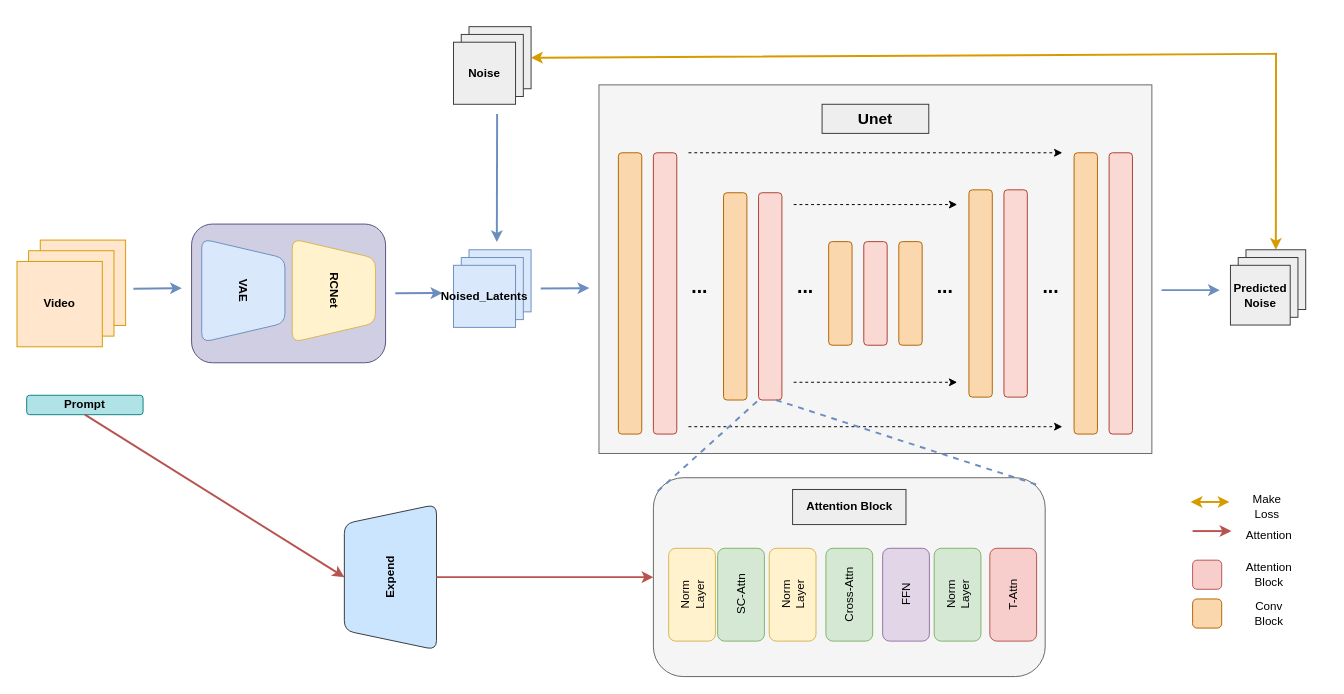
Above: VideoFromVideo.drawio in shinejjy/Flow-Chart (draw.io), before the change. Source tidied: cells renumbered, new cells numbered last; positions are measured from the earlier drawing's top-left corner, leaving out a move shared by most shapes. Both pictures are drawn from the tidied source at 97%, with x=0, y=0 at pixel (16, 26).
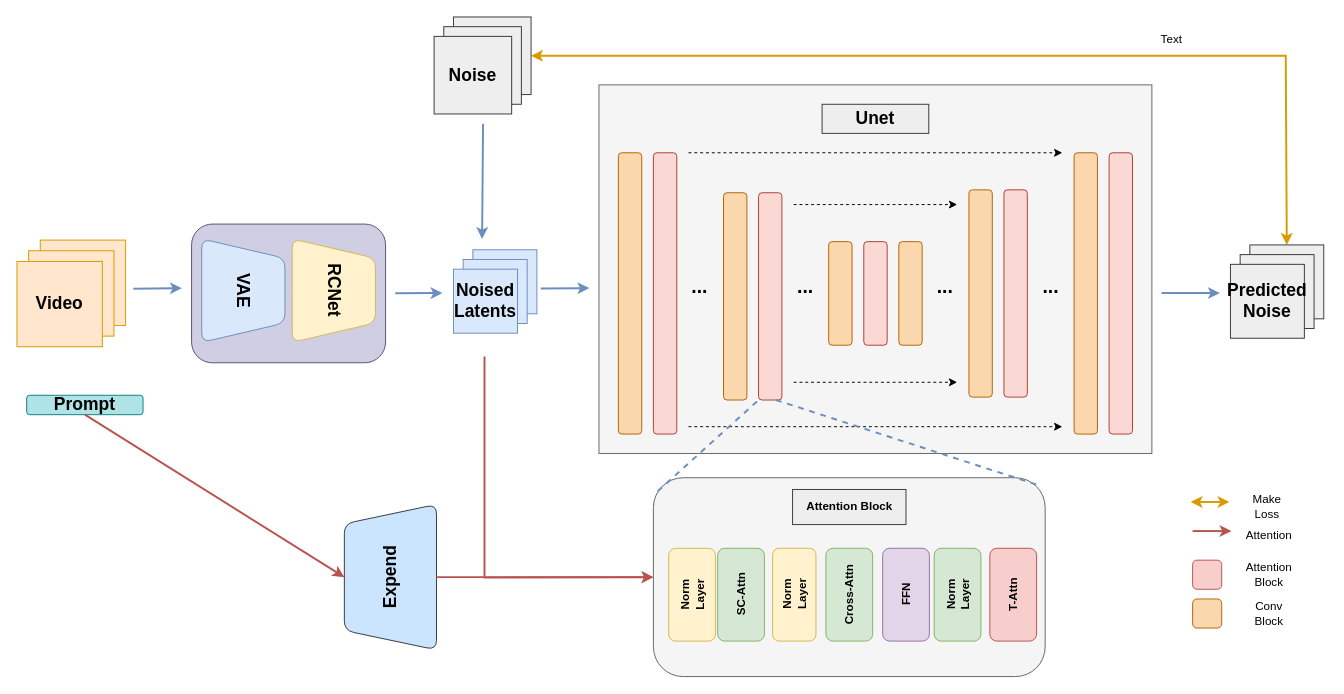
The same diagram, later.

The change refers to these unchanged cells:
```xml
<mxCell id="7" style="group;" parent="1" vertex="1">
  <mxGeometry y="220" width="120" height="110" as="geometry" />
</mxCell>
<mxCell id="11" style="group;" parent="1" vertex="1">
  <mxGeometry x="180" y="203.5" width="200" height="143" as="geometry" />
</mxCell>
<mxCell id="59" style="group;" parent="58" vertex="1">
  <mxGeometry width="403.9" height="205" as="geometry" />
</mxCell>
<mxCell id="60" style="rounded=1;whiteSpace=wrap;html=1;fillColor=#f5f5f5;fontColor=#333333;strokeColor=#666666;" parent="59" vertex="1">
  <mxGeometry width="403.9" height="205" as="geometry" />
</mxCell>
```

Diff of the diagram source:
```diff
@@
-    <mxCell id="4" value="&lt;b&gt;Prompt&lt;/b&gt;" style="rounded=1;whiteSpace=wrap;html=1;fillColor=#b0e3e6;strokeColor=#0e8088;" parent="1" vertex="1">
+    <mxCell id="4" value="&lt;b&gt;&lt;font style=&quot;font-size: 18px;&quot;&gt;Prompt&lt;/font&gt;&lt;/b&gt;" style="rounded=1;whiteSpace=wrap;html=1;fillColor=#b0e3e6;strokeColor=#0e8088;" parent="1" vertex="1">
       <mxGeometry x="10" y="380" width="120" height="20" as="geometry" />
     </mxCell>
@@
-    <mxCell id="10" value="&lt;b&gt;Video&lt;/b&gt;" style="whiteSpace=wrap;html=1;fillColor=#ffe6cc;strokeColor=#d79b00;" parent="7" vertex="1">
+    <mxCell id="10" value="&lt;b&gt;&lt;font style=&quot;font-size: 18px;&quot;&gt;Video&lt;/font&gt;&lt;/b&gt;" style="whiteSpace=wrap;html=1;fillColor=#ffe6cc;strokeColor=#d79b00;" parent="7" vertex="1">
       <mxGeometry y="22" width="88" height="88" as="geometry" />
     </mxCell>
@@
-    <mxCell id="13" value="&lt;b&gt;VAE&lt;/b&gt;" style="shape=trapezoid;perimeter=trapezoidPerimeter;whiteSpace=wrap;html=1;fixedSize=1;rotation=90;fillColor=#dae8fc;strokeColor=#6c8ebf;rounded=1;" parent="11" vertex="1">
+    <mxCell id="13" value="&lt;b&gt;&lt;font style=&quot;font-size: 18px;&quot;&gt;VAE&lt;/font&gt;&lt;/b&gt;" style="shape=trapezoid;perimeter=trapezoidPerimeter;whiteSpace=wrap;html=1;fixedSize=1;rotation=90;fillColor=#dae8fc;strokeColor=#6c8ebf;rounded=1;" parent="11" vertex="1">
       <mxGeometry y="25.7" width="106.7" height="85.8" as="geometry" />
     </mxCell>
-    <mxCell id="14" value="&lt;b&gt;RCNet&lt;/b&gt;" style="shape=trapezoid;perimeter=trapezoidPerimeter;whiteSpace=wrap;html=1;fixedSize=1;rotation=90;fillColor=#fff2cc;strokeColor=#d6b656;rounded=1;" parent="11" vertex="1">
+    <mxCell id="14" value="&lt;b&gt;&lt;font style=&quot;font-size: 18px;&quot;&gt;RCNet&lt;/font&gt;&lt;/b&gt;" style="shape=trapezoid;perimeter=trapezoidPerimeter;whiteSpace=wrap;html=1;fixedSize=1;rotation=90;fillColor=#fff2cc;strokeColor=#d6b656;rounded=1;" parent="11" vertex="1">
       <mxGeometry x="93.3" y="25.7" width="106.7" height="85.8" as="geometry" />
     </mxCell>
-    <mxCell id="15" style="endArrow=classic;html=1;rounded=0;fillColor=#dae8fc;strokeColor=#6c8ebf;strokeWidth=2;" parent="1" edge="1">
+    <mxCell id="15" style="endArrow=classic;html=1;rounded=0;fillColor=#dae8fc;strokeColor=#6c8ebf;strokeWidth=2;entryX=0.347;entryY=-0.018;entryDx=0;entryDy=0;entryPerimeter=0;" parent="1" edge="1">
       <mxGeometry relative="1" as="geometry">
-        <mxPoint x="495" y="90" as="sourcePoint" />
-        <mxPoint x="494.7" y="222" as="targetPoint" />
+        <mxPoint x="480.5" y="100" as="sourcePoint" />
+        <mxPoint x="479.5" y="218.8" as="targetPoint" />
       </mxGeometry>
     </mxCell>
     <mxCell id="16" style="endArrow=classic;html=1;rounded=0;strokeWidth=2;fillColor=#dae8fc;strokeColor=#6c8ebf;" parent="1" edge="1">
       <mxGeometry relative="1" as="geometry">
-        <mxPoint x="1180" y="271.6" as="sourcePoint" />
-        <mxPoint x="1240" y="271.6" as="targetPoint" />
+        <mxPoint x="1180" y="274.6" as="sourcePoint" />
+        <mxPoint x="1240" y="274.6" as="targetPoint" />
       </mxGeometry>
     </mxCell>
     <mxCell id="17" style="endArrow=classic;startArrow=classic;html=1;rounded=0;exitX=1;exitY=0.5;exitDx=0;exitDy=0;entryX=0.5;entryY=0;entryDx=0;entryDy=0;fillColor=#ffe6cc;strokeColor=#d79b00;strokeWidth=2;" parent="1" edge="1" source="55" target="74">
       <mxGeometry relative="1" as="geometry">
         <Array as="points">
-          <mxPoint x="1298" y="28" />
+          <mxPoint x="1308" y="30" />
         </Array>
       </mxGeometry>
     </mxCell>
@@
     <mxCell id="19" style="group;" parent="1" vertex="1">
-      <mxGeometry x="450" y="230" width="80" height="80" as="geometry" />
+      <mxGeometry x="450" y="250" width="120" height="80" as="geometry" />
     </mxCell>
+    <mxCell id="77" style="group;" parent="19" vertex="1">
+      <mxGeometry y="-20" width="100" height="100" as="geometry" />
+    </mxCell>
+    <mxCell id="78" style="group;" parent="77" vertex="1">
+      <mxGeometry width="92" height="92" as="geometry" />
+    </mxCell>
-    <mxCell id="20" style="whiteSpace=wrap;html=1;fillColor=#dae8fc;strokeColor=#6c8ebf;" parent="19" vertex="1">
-      <mxGeometry x="16" width="64" height="64" as="geometry" />
+    <mxCell id="20" style="whiteSpace=wrap;html=1;fillColor=#dae8fc;strokeColor=#6c8ebf;" parent="78" vertex="1">
+      <mxGeometry x="20" width="66" height="66" as="geometry" />
     </mxCell>
-    <mxCell id="21" style="whiteSpace=wrap;html=1;fillColor=#dae8fc;strokeColor=#6c8ebf;" parent="19" vertex="1">
-      <mxGeometry x="8" y="8" width="64" height="64" as="geometry" />
+    <mxCell id="21" style="whiteSpace=wrap;html=1;fillColor=#dae8fc;strokeColor=#6c8ebf;" parent="78" vertex="1">
+      <mxGeometry x="10" y="10" width="66" height="66" as="geometry" />
     </mxCell>
-    <mxCell id="22" value="&lt;b&gt;Noised_Latents&lt;/b&gt;" style="whiteSpace=wrap;html=1;fillColor=#dae8fc;strokeColor=#6c8ebf;" parent="19" vertex="1">
-      <mxGeometry y="16" width="64" height="64" as="geometry" />
+    <mxCell id="22" value="&lt;b style=&quot;font-size: 18px;&quot;&gt;Noised&lt;br&gt;Latents&lt;/b&gt;" style="whiteSpace=wrap;html=1;fillColor=#dae8fc;strokeColor=#6c8ebf;" parent="78" vertex="1">
+      <mxGeometry y="20" width="66" height="66" as="geometry" />
     </mxCell>
@@
-    <mxCell id="44" value="&lt;b&gt;Expend&lt;/b&gt;" style="shape=trapezoid;perimeter=trapezoidPerimeter;whiteSpace=wrap;html=1;fixedSize=1;rotation=-90;rounded=1;fillColor=#cce5ff;strokeColor=#36393d;" parent="1" vertex="1">
+    <mxCell id="44" value="&lt;b&gt;&lt;font style=&quot;font-size: 18px;&quot;&gt;Expend&lt;/font&gt;&lt;/b&gt;" style="shape=trapezoid;perimeter=trapezoidPerimeter;whiteSpace=wrap;html=1;fixedSize=1;rotation=-90;rounded=1;fillColor=#cce5ff;strokeColor=#36393d;" parent="1" vertex="1">
       <mxGeometry x="310" y="520" width="150" height="95" as="geometry" />
     </mxCell>
@@
     <mxCell id="54" style="group;" parent="1" vertex="1">
-      <mxGeometry x="450" width="80" height="80" as="geometry" />
+      <mxGeometry x="430" y="-10" width="100" height="100" as="geometry" />
     </mxCell>
     <mxCell id="55" style="whiteSpace=wrap;html=1;fillColor=#eeeeee;strokeColor=#36393d;" parent="54" vertex="1">
-      <mxGeometry x="16" width="64" height="64" as="geometry" />
+      <mxGeometry x="20" width="80" height="80" as="geometry" />
     </mxCell>
     <mxCell id="56" style="whiteSpace=wrap;html=1;fillColor=#eeeeee;strokeColor=#36393d;" parent="54" vertex="1">
-      <mxGeometry x="8" y="8" width="64" height="64" as="geometry" />
+      <mxGeometry x="10" y="10" width="80" height="80" as="geometry" />
     </mxCell>
-    <mxCell id="57" value="&lt;b&gt;Noise&lt;/b&gt;" style="whiteSpace=wrap;html=1;fillColor=#eeeeee;strokeColor=#36393d;" parent="54" vertex="1">
-      <mxGeometry y="16" width="64" height="64" as="geometry" />
+    <mxCell id="57" value="&lt;b&gt;&lt;font style=&quot;font-size: 18px;&quot;&gt;Noise&lt;/font&gt;&lt;/b&gt;" style="whiteSpace=wrap;html=1;fillColor=#eeeeee;strokeColor=#36393d;" parent="54" vertex="1">
+      <mxGeometry y="20" width="80" height="80" as="geometry" />
     </mxCell>
@@
-    <mxCell id="61" value="Norm&lt;br&gt;Layer" style="rounded=1;whiteSpace=wrap;html=1;rotation=-90;fillColor=#fff2cc;strokeColor=#d6b656;" parent="59" vertex="1">
+    <mxCell id="61" value="&lt;b&gt;Norm&lt;br&gt;Layer&lt;/b&gt;" style="rounded=1;whiteSpace=wrap;html=1;rotation=-90;fillColor=#fff2cc;strokeColor=#d6b656;" parent="59" vertex="1">
       <mxGeometry x="-8" y="96.5" width="95.7" height="48.2" as="geometry" />
     </mxCell>
-    <mxCell id="62" value="SC-Attn" style="rounded=1;whiteSpace=wrap;html=1;rotation=-90;fillColor=#d5e8d4;strokeColor=#82b366;" parent="59" vertex="1">
+    <mxCell id="62" value="&lt;b&gt;SC-Attn&lt;/b&gt;" style="rounded=1;whiteSpace=wrap;html=1;rotation=-90;fillColor=#d5e8d4;strokeColor=#82b366;" parent="59" vertex="1">
       <mxGeometry x="42.5" y="96.5" width="95.7" height="48.2" as="geometry" />
     </mxCell>
-    <mxCell id="63" value="Norm&lt;br&gt;Layer" style="rounded=1;whiteSpace=wrap;html=1;rotation=-90;fillColor=#fff2cc;strokeColor=#d6b656;" parent="59" vertex="1">
-      <mxGeometry x="95.7" y="96.5" width="95.7" height="48.2" as="geometry" />
+    <mxCell id="63" value="&lt;b&gt;Norm&lt;br&gt;Layer&lt;/b&gt;" style="rounded=1;whiteSpace=wrap;html=1;rotation=-90;fillColor=#fff2cc;strokeColor=#d6b656;" parent="59" vertex="1">
+      <mxGeometry x="97.4" y="98.2" width="95.7" height="44.7" as="geometry" />
     </mxCell>
-    <mxCell id="64" value="FFN" style="rounded=1;whiteSpace=wrap;html=1;rotation=-90;fillColor=#e1d5e7;strokeColor=#9673a6;" parent="59" vertex="1">
+    <mxCell id="64" value="&lt;b&gt;FFN&lt;/b&gt;" style="rounded=1;whiteSpace=wrap;html=1;rotation=-90;fillColor=#e1d5e7;strokeColor=#9673a6;" parent="59" vertex="1">
       <mxGeometry x="212.6" y="96.5" width="95.7" height="48.2" as="geometry" />
     </mxCell>
-    <mxCell id="65" value="Norm&lt;br&gt;Layer" style="rounded=1;whiteSpace=wrap;html=1;rotation=-90;fillColor=#d5e8d4;strokeColor=#82b366;" parent="59" vertex="1">
+    <mxCell id="65" value="&lt;b&gt;Norm&lt;br&gt;Layer&lt;/b&gt;" style="rounded=1;whiteSpace=wrap;html=1;rotation=-90;fillColor=#d5e8d4;strokeColor=#82b366;" parent="59" vertex="1">
       <mxGeometry x="265.7" y="96.5" width="95.7" height="48.2" as="geometry" />
     </mxCell>
-    <mxCell id="66" value="Cross-Attn" style="rounded=1;whiteSpace=wrap;html=1;rotation=-90;fillColor=#d5e8d4;strokeColor=#82b366;" parent="59" vertex="1">
+    <mxCell id="66" value="&lt;b&gt;Cross-Attn&lt;/b&gt;" style="rounded=1;whiteSpace=wrap;html=1;rotation=-90;fillColor=#d5e8d4;strokeColor=#82b366;" parent="59" vertex="1">
       <mxGeometry x="154.1" y="96.5" width="95.7" height="48.2" as="geometry" />
     </mxCell>
-    <mxCell id="67" value="T-Attn" style="rounded=1;whiteSpace=wrap;html=1;rotation=-90;fillColor=#f8cecc;strokeColor=#b85450;" parent="59" vertex="1">
+    <mxCell id="67" value="&lt;b&gt;T-Attn&lt;/b&gt;" style="rounded=1;whiteSpace=wrap;html=1;rotation=-90;fillColor=#f8cecc;strokeColor=#b85450;" parent="59" vertex="1">
       <mxGeometry x="323.1" y="96.5" width="95.7" height="48.2" as="geometry" />
     </mxCell>
@@
-    <mxCell id="70" value="&lt;b&gt;&lt;font style=&quot;font-size: 16px;&quot;&gt;Unet&lt;/font&gt;&lt;/b&gt;" style="text;html=1;align=center;verticalAlign=middle;whiteSpace=wrap;rounded=0;fillColor=#eeeeee;strokeColor=#36393d;" parent="1" vertex="1">
+    <mxCell id="70" value="&lt;b&gt;&lt;font style=&quot;font-size: 18px;&quot;&gt;Unet&lt;/font&gt;&lt;/b&gt;" style="text;html=1;align=center;verticalAlign=middle;whiteSpace=wrap;rounded=0;fillColor=#eeeeee;strokeColor=#36393d;" parent="1" vertex="1">
       <mxGeometry x="830" y="80" width="110" height="30" as="geometry" />
     </mxCell>
@@
     <mxCell id="73" style="group;" parent="1" vertex="1">
-      <mxGeometry x="1251" y="230" width="80" height="80" as="geometry" />
+      <mxGeometry x="1251" y="225" width="100" height="100" as="geometry" />
     </mxCell>
     <mxCell id="74" style="whiteSpace=wrap;html=1;fillColor=#eeeeee;strokeColor=#36393d;" parent="73" vertex="1">
-      <mxGeometry x="16" width="61.6" height="61.6" as="geometry" />
+      <mxGeometry x="20" width="76.2" height="76.2" as="geometry" />
     </mxCell>
     <mxCell id="75" style="whiteSpace=wrap;html=1;fillColor=#eeeeee;strokeColor=#36393d;" parent="73" vertex="1">
-      <mxGeometry x="8" y="8" width="61.6" height="61.6" as="geometry" />
+      <mxGeometry x="10" y="10" width="76.2" height="76.2" as="geometry" />
     </mxCell>
-    <mxCell id="76" value="&lt;b&gt;Predicted&lt;br&gt;Noise&lt;br&gt;&lt;/b&gt;" style="whiteSpace=wrap;html=1;fillColor=#eeeeee;strokeColor=#36393d;" parent="73" vertex="1">
-      <mxGeometry y="16" width="61.6" height="61.6" as="geometry" />
+    <mxCell id="76" value="&lt;b style=&quot;font-size: 18px;&quot;&gt;Predicted&lt;br&gt;Noise&lt;br&gt;&lt;/b&gt;" style="whiteSpace=wrap;html=1;fillColor=#eeeeee;strokeColor=#36393d;" parent="73" vertex="1">
+      <mxGeometry y="20" width="76.2" height="76.2" as="geometry" />
     </mxCell>
+    <mxCell id="79" style="endArrow=classic;html=1;rounded=0;fillColor=#f8cecc;strokeColor=#b85450;strokeWidth=2;entryX=0;entryY=0.5;entryDx=0;entryDy=0;" parent="1" edge="1" target="60">
+      <mxGeometry relative="1" as="geometry">
+        <mxPoint x="482" y="340" as="sourcePoint" />
+        <Array as="points">
+          <mxPoint x="482" y="568" />
+        </Array>
+      </mxGeometry>
+    </mxCell>
+    <mxCell id="80" value="Text" style="text;html=1;align=center;verticalAlign=middle;strokeColor=none;fillColor=none;" parent="1" vertex="1">
+      <mxGeometry x="1165" y="-2" width="50" height="30" as="geometry" />
+    </mxCell>
```
